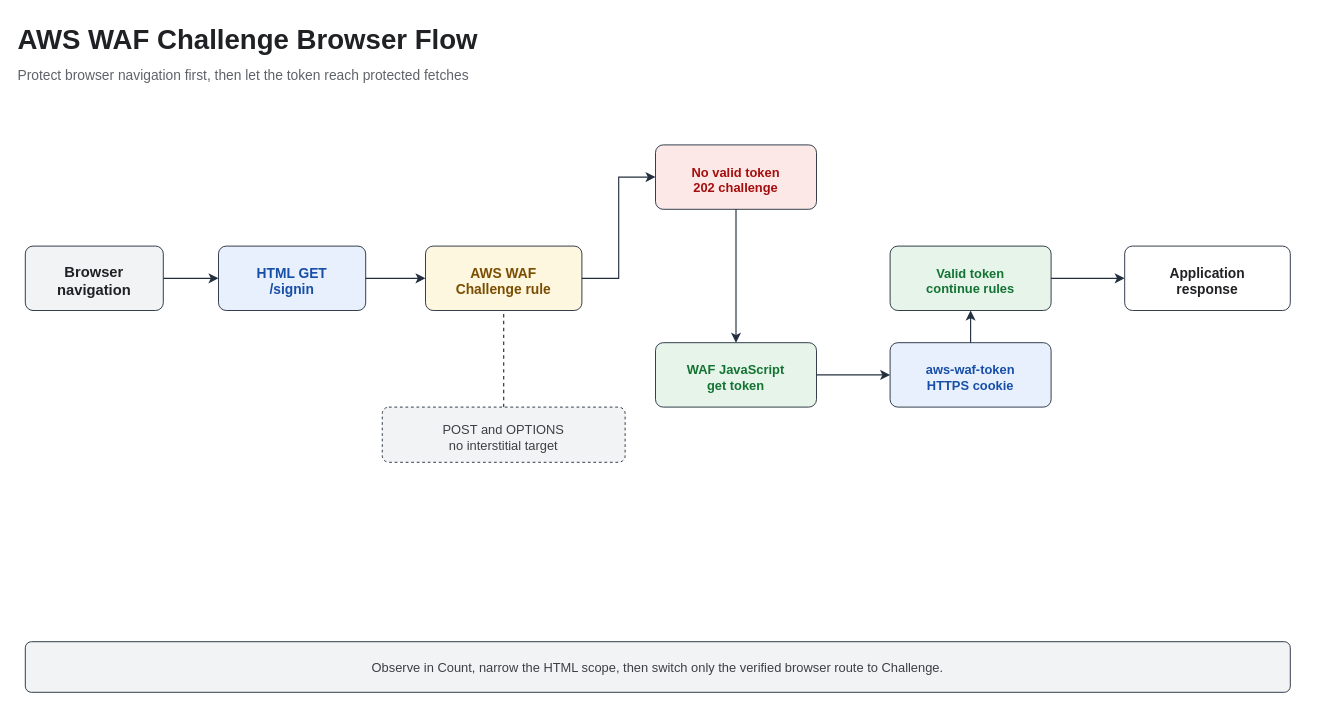
The draw.io diagram assets/img/aws/aws-waf-challenge-token-flow.drawio in KKamJi98/kkamji98.github.io, before the edit. Source tidied: cells renumbered, new cells numbered last; positions are measured from the earlier drawing's top-left corner, leaving out a move shared by most shapes. Both pictures are drawn from the tidied source at 92%, with x=0, y=0 at pixel (16, 16).
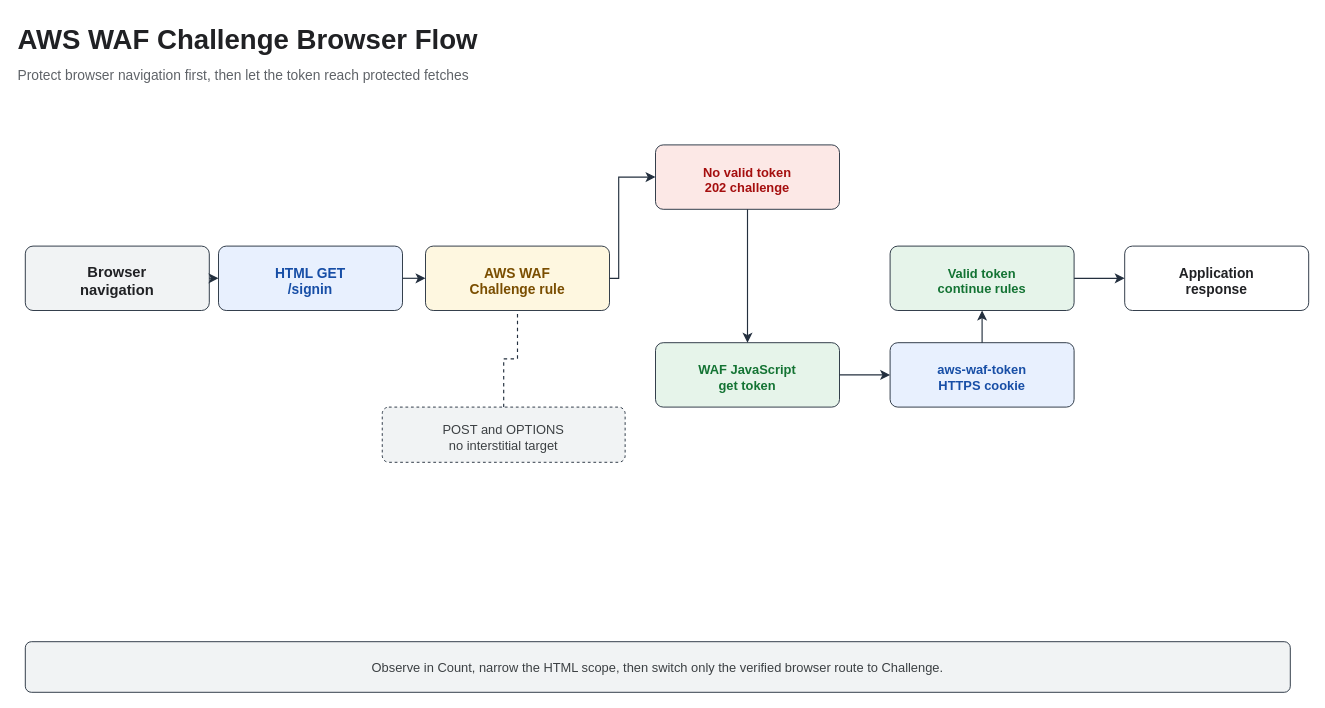
Above is the later version.

The change refers to these unchanged cells:
```xml
<mxCell id="12" value="POST and OPTIONS&#10;no interstitial target" style="rounded=1;whiteSpace=wrap;html=0;fillColor=#f1f3f4;strokeColor=#232F3E;fontColor=#3c4043;fontSize=14;dashed=1;arcSize=12;spacingTop=5;" parent="1" vertex="1">
  <mxGeometry x="398" y="425" width="264" height="60" as="geometry" />
</mxCell>
```

What changed in the source:
```diff
@@
     <mxCell id="4" value="Browser&#10;navigation" style="rounded=1;whiteSpace=wrap;html=0;fillColor=#f1f3f4;strokeColor=#232F3E;fontColor=#202124;fontSize=16;fontStyle=1;arcSize=12;spacingTop=5;" parent="1" vertex="1">
-      <mxGeometry x="10" y="250" width="150" height="70" as="geometry" />
+      <mxGeometry x="10" y="250" width="200" height="70" as="geometry" />
     </mxCell>
     <mxCell id="5" value="HTML GET&#10;/signin" style="rounded=1;whiteSpace=wrap;html=0;fillColor=#e8f0fe;strokeColor=#232F3E;fontColor=#174ea6;fontSize=15;fontStyle=1;arcSize=12;spacingTop=5;" parent="1" vertex="1">
-      <mxGeometry x="220" y="250" width="160" height="70" as="geometry" />
+      <mxGeometry x="220" y="250" width="200" height="70" as="geometry" />
     </mxCell>
     <mxCell id="6" value="AWS WAF&#10;Challenge rule" style="rounded=1;whiteSpace=wrap;html=0;fillColor=#fef7e0;strokeColor=#232F3E;fontColor=#7a4e00;fontSize=15;fontStyle=1;arcSize=12;spacingTop=5;" parent="1" vertex="1">
-      <mxGeometry x="445" y="250" width="170" height="70" as="geometry" />
+      <mxGeometry x="445" y="250" width="200" height="70" as="geometry" />
     </mxCell>
     <mxCell id="7" value="No valid token&#10;202 challenge" style="rounded=1;whiteSpace=wrap;html=0;fillColor=#fce8e6;strokeColor=#232F3E;fontColor=#a50e0e;fontSize=14;fontStyle=1;arcSize=12;spacingTop=5;" parent="1" vertex="1">
-      <mxGeometry x="695" y="140" width="175" height="70" as="geometry" />
+      <mxGeometry x="695" y="140" width="200" height="70" as="geometry" />
     </mxCell>
     <mxCell id="8" value="WAF JavaScript&#10;get token" style="rounded=1;whiteSpace=wrap;html=0;fillColor=#e6f4ea;strokeColor=#232F3E;fontColor=#137333;fontSize=14;fontStyle=1;arcSize=12;spacingTop=5;" parent="1" vertex="1">
-      <mxGeometry x="695" y="355" width="175" height="70" as="geometry" />
+      <mxGeometry x="695" y="355" width="200" height="70" as="geometry" />
     </mxCell>
     <mxCell id="9" value="aws-waf-token&#10;HTTPS cookie" style="rounded=1;whiteSpace=wrap;html=0;fillColor=#e8f0fe;strokeColor=#232F3E;fontColor=#174ea6;fontSize=14;fontStyle=1;arcSize=12;spacingTop=5;" parent="1" vertex="1">
-      <mxGeometry x="950" y="355" width="175" height="70" as="geometry" />
+      <mxGeometry x="950" y="355" width="200" height="70" as="geometry" />
     </mxCell>
     <mxCell id="10" value="Valid token&#10;continue rules" style="rounded=1;whiteSpace=wrap;html=0;fillColor=#e6f4ea;strokeColor=#232F3E;fontColor=#137333;fontSize=14;fontStyle=1;arcSize=12;spacingTop=5;" parent="1" vertex="1">
-      <mxGeometry x="950" y="250" width="175" height="70" as="geometry" />
+      <mxGeometry x="950" y="250" width="200" height="70" as="geometry" />
     </mxCell>
     <mxCell id="11" value="Application&#10;response" style="rounded=1;whiteSpace=wrap;html=0;fillColor=#ffffff;strokeColor=#232F3E;fontColor=#202124;fontSize=15;fontStyle=1;arcSize=12;spacingTop=5;" parent="1" vertex="1">
-      <mxGeometry x="1205" y="250" width="180" height="70" as="geometry" />
+      <mxGeometry x="1205" y="250" width="200" height="70" as="geometry" />
     </mxCell>
@@
-    <mxCell id="14" style="edgeStyle=orthogonalEdgeStyle;rounded=0;jettySize=auto;html=1;endArrow=classic;endFill=1;endSize=7;strokeWidth=1.25;strokeColor=#232F3E;fontColor=#232F3E;fontSize=12;labelBackgroundColor=none;exitX=1;exitY=0.5;exitDx=0;exitDy=0;entryX=0;entryY=0.5;entryDx=0;entryDy=0;" parent="1" edge="1" source="4" target="5">
+    <mxCell id="14" style="edgeStyle=orthogonalEdgeStyle;rounded=0;jettySize=auto;html=0;endArrow=classic;endFill=1;endSize=7;strokeWidth=1.25;strokeColor=#232F3E;fontColor=#232F3E;fontSize=12;labelBackgroundColor=none;exitX=1;exitY=0.5;exitDx=0;exitDy=0;entryX=0;entryY=0.5;entryDx=0;entryDy=0;" parent="1" edge="1" source="4" target="5">
       <mxGeometry relative="1" as="geometry" />
     </mxCell>
-    <mxCell id="15" style="edgeStyle=orthogonalEdgeStyle;rounded=0;jettySize=auto;html=1;endArrow=classic;endFill=1;endSize=7;strokeWidth=1.25;strokeColor=#232F3E;fontColor=#232F3E;fontSize=12;labelBackgroundColor=none;exitX=1;exitY=0.5;exitDx=0;exitDy=0;entryX=0;entryY=0.5;entryDx=0;entryDy=0;" parent="1" edge="1" source="5" target="6">
+    <mxCell id="15" style="edgeStyle=orthogonalEdgeStyle;rounded=0;jettySize=auto;html=0;endArrow=classic;endFill=1;endSize=7;strokeWidth=1.25;strokeColor=#232F3E;fontColor=#232F3E;fontSize=12;labelBackgroundColor=none;exitX=1;exitY=0.5;exitDx=0;exitDy=0;entryX=0;entryY=0.5;entryDx=0;entryDy=0;" parent="1" edge="1" source="5" target="6">
       <mxGeometry relative="1" as="geometry" />
     </mxCell>
-    <mxCell id="16" style="edgeStyle=orthogonalEdgeStyle;rounded=0;jettySize=auto;html=1;endArrow=classic;endFill=1;endSize=7;strokeWidth=1.25;strokeColor=#232F3E;fontColor=#232F3E;fontSize=12;labelBackgroundColor=none;exitX=1;exitY=0.5;exitDx=0;exitDy=0;entryX=0;entryY=0.5;entryDx=0;entryDy=0;" parent="1" edge="1" source="6" target="7">
+    <mxCell id="16" style="edgeStyle=orthogonalEdgeStyle;rounded=0;jettySize=auto;html=0;endArrow=classic;endFill=1;endSize=7;strokeWidth=1.25;strokeColor=#232F3E;fontColor=#232F3E;fontSize=12;labelBackgroundColor=none;exitX=1;exitY=0.5;exitDx=0;exitDy=0;entryX=0;entryY=0.5;entryDx=0;entryDy=0;" parent="1" edge="1" source="6" target="7">
       <mxGeometry relative="1" as="geometry">
         <Array as="points">
           <mxPoint x="655" y="285" />
           <mxPoint x="655" y="175" />
         </Array>
       </mxGeometry>
     </mxCell>
-    <mxCell id="17" style="edgeStyle=orthogonalEdgeStyle;rounded=0;jettySize=auto;html=1;endArrow=classic;endFill=1;endSize=7;strokeWidth=1.25;strokeColor=#232F3E;fontColor=#232F3E;fontSize=12;labelBackgroundColor=none;exitX=0.5;exitY=1;exitDx=0;exitDy=0;entryX=0.5;entryY=0;entryDx=0;entryDy=0;" parent="1" edge="1" source="7" target="8">
+    <mxCell id="17" style="edgeStyle=orthogonalEdgeStyle;rounded=0;jettySize=auto;html=0;endArrow=classic;endFill=1;endSize=7;strokeWidth=1.25;strokeColor=#232F3E;fontColor=#232F3E;fontSize=12;labelBackgroundColor=none;exitX=0.5;exitY=1;exitDx=0;exitDy=0;entryX=0.5;entryY=0;entryDx=0;entryDy=0;" parent="1" edge="1" source="7" target="8">
       <mxGeometry relative="1" as="geometry" />
     </mxCell>
-    <mxCell id="18" style="edgeStyle=orthogonalEdgeStyle;rounded=0;jettySize=auto;html=1;endArrow=classic;endFill=1;endSize=7;strokeWidth=1.25;strokeColor=#232F3E;fontColor=#232F3E;fontSize=12;labelBackgroundColor=none;exitX=1;exitY=0.5;exitDx=0;exitDy=0;entryX=0;entryY=0.5;entryDx=0;entryDy=0;" parent="1" edge="1" source="8" target="9">
+    <mxCell id="18" style="edgeStyle=orthogonalEdgeStyle;rounded=0;jettySize=auto;html=0;endArrow=classic;endFill=1;endSize=7;strokeWidth=1.25;strokeColor=#232F3E;fontColor=#232F3E;fontSize=12;labelBackgroundColor=none;exitX=1;exitY=0.5;exitDx=0;exitDy=0;entryX=0;entryY=0.5;entryDx=0;entryDy=0;" parent="1" edge="1" source="8" target="9">
       <mxGeometry relative="1" as="geometry" />
     </mxCell>
-    <mxCell id="19" style="edgeStyle=orthogonalEdgeStyle;rounded=0;jettySize=auto;html=1;endArrow=classic;endFill=1;endSize=7;strokeWidth=1.25;strokeColor=#232F3E;fontColor=#232F3E;fontSize=12;labelBackgroundColor=none;exitX=0.5;exitY=0;exitDx=0;exitDy=0;entryX=0.5;entryY=1;entryDx=0;entryDy=0;" parent="1" edge="1" source="9" target="10">
+    <mxCell id="19" style="edgeStyle=orthogonalEdgeStyle;rounded=0;jettySize=auto;html=0;endArrow=classic;endFill=1;endSize=7;strokeWidth=1.25;strokeColor=#232F3E;fontColor=#232F3E;fontSize=12;labelBackgroundColor=none;exitX=0.5;exitY=0;exitDx=0;exitDy=0;entryX=0.5;entryY=1;entryDx=0;entryDy=0;" parent="1" edge="1" source="9" target="10">
       <mxGeometry relative="1" as="geometry" />
     </mxCell>
-    <mxCell id="20" style="edgeStyle=orthogonalEdgeStyle;rounded=0;jettySize=auto;html=1;endArrow=classic;endFill=1;endSize=7;strokeWidth=1.25;strokeColor=#232F3E;fontColor=#232F3E;fontSize=12;labelBackgroundColor=none;exitX=1;exitY=0.5;exitDx=0;exitDy=0;entryX=0;entryY=0.5;entryDx=0;entryDy=0;" parent="1" edge="1" source="10" target="11">
+    <mxCell id="20" style="edgeStyle=orthogonalEdgeStyle;rounded=0;jettySize=auto;html=0;endArrow=classic;endFill=1;endSize=7;strokeWidth=1.25;strokeColor=#232F3E;fontColor=#232F3E;fontSize=12;labelBackgroundColor=none;exitX=1;exitY=0.5;exitDx=0;exitDy=0;entryX=0;entryY=0.5;entryDx=0;entryDy=0;" parent="1" edge="1" source="10" target="11">
       <mxGeometry relative="1" as="geometry" />
     </mxCell>
-    <mxCell id="21" style="edgeStyle=orthogonalEdgeStyle;rounded=0;jettySize=auto;html=1;dashed=1;endArrow=none;strokeWidth=1.25;strokeColor=#232F3E;fontColor=#232F3E;fontSize=12;labelBackgroundColor=none;exitX=0.5;exitY=0;exitDx=0;exitDy=0;entryX=0.5;entryY=1;entryDx=0;entryDy=0;" parent="1" edge="1" source="12" target="6">
+    <mxCell id="21" style="edgeStyle=orthogonalEdgeStyle;rounded=0;jettySize=auto;html=0;dashed=1;endArrow=none;strokeWidth=1.25;strokeColor=#232F3E;fontColor=#232F3E;fontSize=12;labelBackgroundColor=none;exitX=0.5;exitY=0;exitDx=0;exitDy=0;entryX=0.5;entryY=1;entryDx=0;entryDy=0;" parent="1" edge="1" source="12" target="6">
       <mxGeometry relative="1" as="geometry" />
     </mxCell>
```
